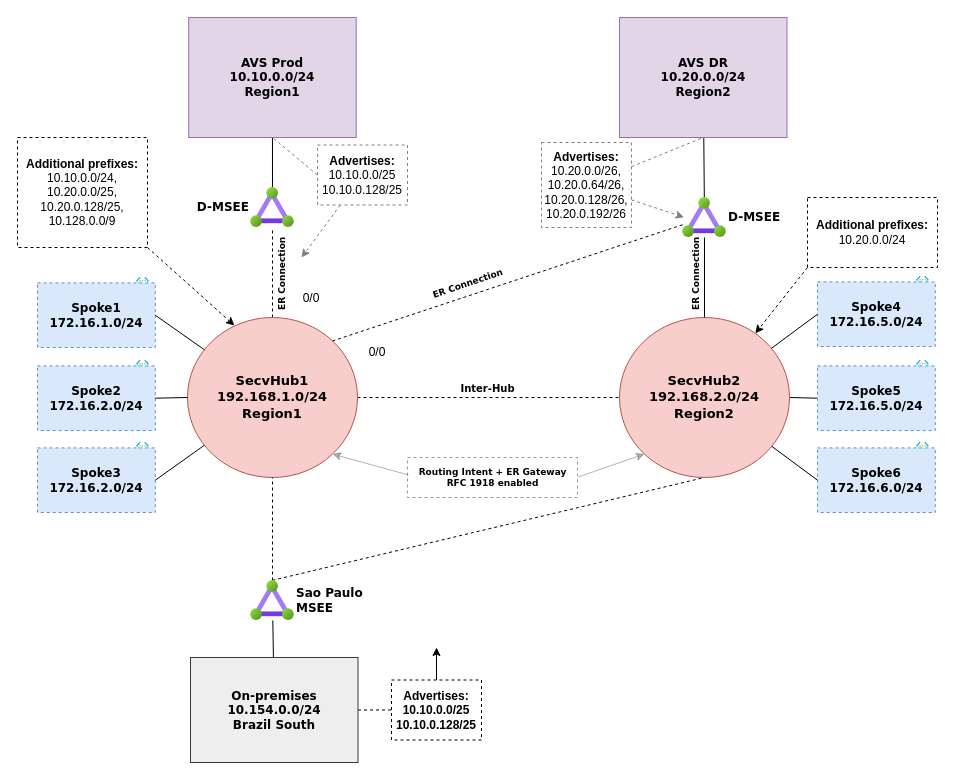
Before: svh-er-multiregion/media/diagram.drawio in dmauser/azure-vmware-solution, a draw.io diagram. Source tidied: cells renumbered, new cells numbered last; positions are measured from the earlier drawing's top-left corner, leaving out a move shared by most shapes. Both pictures are drawn from the tidied source at 100%, with x=0, y=0 at pixel (17, 17).
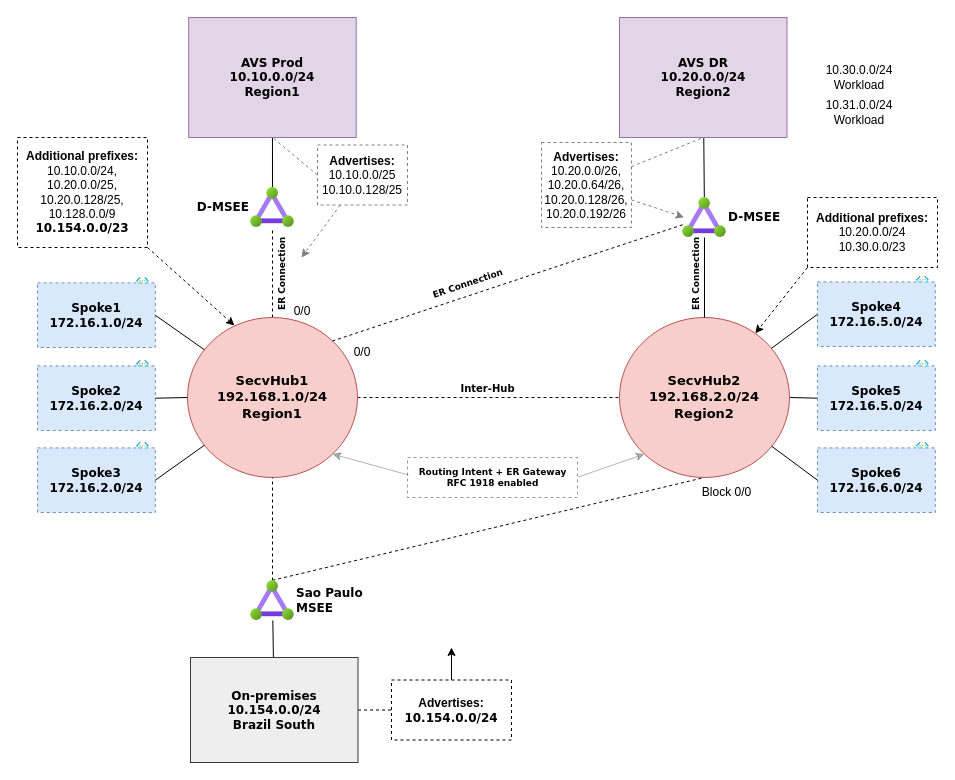
The same page after the edit.

Diff of the diagram source:
```diff
@@
-    <mxCell id="51" value="&lt;b&gt;Additional prefixes:&lt;/b&gt;&lt;br&gt;10.10.0.0/24,&lt;br&gt;10.20.0.0/25,&lt;br&gt;10.20.0.128/25,&lt;br&gt;10.128.0.0/9" style="text;strokeColor=default;align=center;fillColor=none;verticalAlign=middle;whiteSpace=wrap;rounded=0;html=1;dashed=1;" parent="1" vertex="1">
+    <mxCell id="51" value="&lt;b&gt;Additional prefixes:&lt;/b&gt;&lt;br&gt;10.10.0.0/24,&lt;br&gt;10.20.0.0/25,&lt;br&gt;10.20.0.128/25,&lt;br&gt;10.128.0.0/9&lt;br&gt;&lt;span style=&quot;font-family: Verdana; font-weight: 700;&quot;&gt;10.154.0.0/23&lt;/span&gt;" style="text;strokeColor=default;align=center;fillColor=none;verticalAlign=middle;whiteSpace=wrap;rounded=0;html=1;dashed=1;" parent="1" vertex="1">
       <mxGeometry y="120" width="130" height="110" as="geometry" />
     </mxCell>
-    <mxCell id="52" value="&lt;b&gt;Additional prefixes:&lt;/b&gt;&lt;br&gt;10.20.0.0/24" style="text;strokeColor=default;align=center;fillColor=none;verticalAlign=middle;whiteSpace=wrap;rounded=0;html=1;dashed=1;" parent="1" vertex="1">
+    <mxCell id="52" value="&lt;b&gt;Additional prefixes:&lt;/b&gt;&lt;br&gt;10.20.0.0/24&lt;br&gt;10.30.0.0/23" style="text;strokeColor=default;align=center;fillColor=none;verticalAlign=middle;whiteSpace=wrap;rounded=0;html=1;dashed=1;" parent="1" vertex="1">
       <mxGeometry x="790" y="180" width="130" height="70" as="geometry" />
     </mxCell>
@@
     <mxCell id="60" style="edgeStyle=none;html=1;strokeColor=default;endArrow=classic;endFill=1;" parent="1" edge="1" source="61">
       <mxGeometry relative="1" as="geometry">
-        <mxPoint x="419" y="630" as="targetPoint" />
+        <mxPoint x="434" y="630" as="targetPoint" />
       </mxGeometry>
     </mxCell>
-    <mxCell id="61" value="&lt;b&gt;Advertises:&lt;br&gt;10.10.0.0/25&lt;br&gt;10.10.0.128/25&lt;/b&gt;&lt;br&gt;" style="text;strokeColor=default;align=center;fillColor=none;verticalAlign=middle;whiteSpace=wrap;rounded=0;html=1;dashed=1;" parent="1" vertex="1">
-      <mxGeometry x="374" y="662.5" width="90" height="60" as="geometry" />
+    <mxCell id="61" value="&lt;b&gt;Advertises:&lt;br&gt;&lt;/b&gt;&lt;span style=&quot;font-family: Verdana; font-weight: 700;&quot;&gt;10.154.0.0/24&lt;/span&gt;" style="text;strokeColor=default;align=center;fillColor=none;verticalAlign=middle;whiteSpace=wrap;rounded=0;html=1;dashed=1;" parent="1" vertex="1">
+      <mxGeometry x="374" y="662.5" width="120" height="60" as="geometry" />
     </mxCell>
@@
     <mxCell id="63" value="0/0" style="text;strokeColor=none;align=center;fillColor=none;html=1;verticalAlign=middle;whiteSpace=wrap;rounded=0;" parent="1" vertex="1">
-      <mxGeometry x="264" y="265.6" width="60" height="30" as="geometry" />
+      <mxGeometry x="255" y="279" width="60" height="30" as="geometry" />
     </mxCell>
     <mxCell id="64" value="0/0" style="text;strokeColor=none;align=center;fillColor=none;html=1;verticalAlign=middle;whiteSpace=wrap;rounded=0;" parent="1" vertex="1">
-      <mxGeometry x="330" y="320" width="60" height="30" as="geometry" />
+      <mxGeometry x="315" y="320" width="60" height="30" as="geometry" />
     </mxCell>
+    <mxCell id="65" value="10.30.0.0/24&lt;br&gt;Workload" style="text;strokeColor=none;align=center;fillColor=none;html=1;verticalAlign=middle;whiteSpace=wrap;rounded=0;" parent="1" vertex="1">
+      <mxGeometry x="790" y="45" width="104" height="30" as="geometry" />
+    </mxCell>
+    <mxCell id="66" value="10.31.0.0/24&lt;br&gt;Workload" style="text;strokeColor=none;align=center;fillColor=none;html=1;verticalAlign=middle;whiteSpace=wrap;rounded=0;" parent="1" vertex="1">
+      <mxGeometry x="790" y="80" width="104" height="30" as="geometry" />
+    </mxCell>
+    <mxCell id="67" value="Block 0/0" style="text;strokeColor=none;align=center;fillColor=none;html=1;verticalAlign=middle;whiteSpace=wrap;rounded=0;" parent="1" vertex="1">
+      <mxGeometry x="665.1" y="460" width="88.9" height="30" as="geometry" />
+    </mxCell>
```
